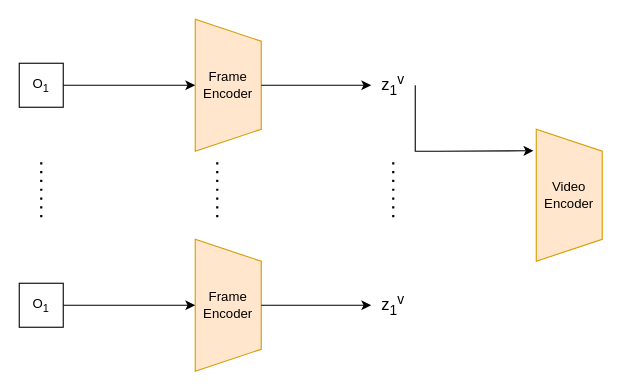
The draw.io diagram task-segment.drawio in Huch0/draw-io, before the edit. Source tidied: cells renumbered, new cells numbered last; positions are measured from the earlier drawing's top-left corner, leaving out a move shared by most shapes. Both pictures are drawn from the tidied source at 110%, with x=0, y=0 at pixel (19, 52).
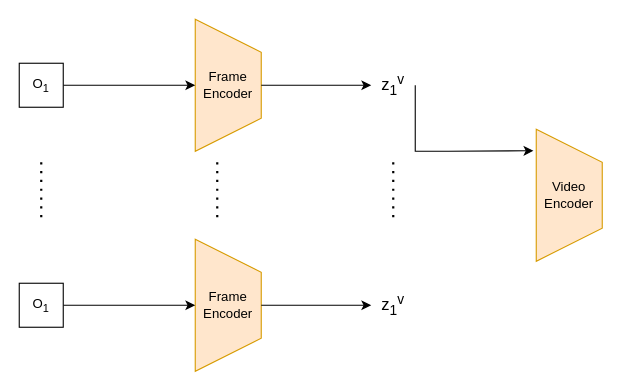
The same page after the edit.

The change refers to these unchanged cells:
```xml
<mxCell id="8" value="&lt;span&gt;z&lt;sub&gt;1&lt;/sub&gt;&lt;sup&gt;v&lt;/sup&gt;&lt;/span&gt;" style="text;html=1;align=center;verticalAlign=middle;whiteSpace=wrap;rounded=0;fontSize=15;" parent="1" vertex="1">
  <mxGeometry x="320" y="10" width="40" height="40" as="geometry" />
</mxCell>
```

Diff of the diagram source:
```diff
@@
-    <mxCell id="2" style="shape=trapezoid;perimeter=trapezoidPerimeter;whiteSpace=wrap;html=1;fixedSize=1;rotation=90;fillColor=#ffe6cc;strokeColor=#d79b00;" parent="1" vertex="1">
+    <mxCell id="2" style="shape=trapezoid;perimeter=trapezoidPerimeter;whiteSpace=wrap;html=1;fixedSize=1;rotation=90;fillColor=#ffe6cc;strokeColor=#d79b00;size=30;" parent="1" vertex="1">
       <mxGeometry x="130" width="120" height="60" as="geometry" />
     </mxCell>
@@
     <mxCell id="7" style="edgeStyle=orthogonalEdgeStyle;rounded=0;jettySize=auto;html=1;exitX=1;exitY=0.5;exitDx=0;exitDy=0;entryX=0.163;entryY=1.043;entryDx=0;entryDy=0;entryPerimeter=0;" parent="1" edge="1" source="8" target="18">
       <mxGeometry relative="1" as="geometry">
         <Array as="points">
           <mxPoint x="360" y="90" />
-          <mxPoint x="380" y="90" />
+          <mxPoint x="390" y="90" />
         </Array>
       </mxGeometry>
     </mxCell>
@@
-    <mxCell id="9" style="shape=trapezoid;perimeter=trapezoidPerimeter;whiteSpace=wrap;html=1;fixedSize=1;rotation=90;fillColor=#ffe6cc;strokeColor=#d79b00;" parent="1" vertex="1">
+    <mxCell id="9" style="shape=trapezoid;perimeter=trapezoidPerimeter;whiteSpace=wrap;html=1;fixedSize=1;rotation=90;fillColor=#ffe6cc;strokeColor=#d79b00;size=30;" parent="1" vertex="1">
       <mxGeometry x="130" y="200" width="120" height="60" as="geometry" />
     </mxCell>
@@
-    <mxCell id="18" style="shape=trapezoid;perimeter=trapezoidPerimeter;whiteSpace=wrap;html=1;fixedSize=1;rotation=90;fillColor=#ffe6cc;strokeColor=#d79b00;" parent="1" vertex="1">
+    <mxCell id="18" style="shape=trapezoid;perimeter=trapezoidPerimeter;whiteSpace=wrap;html=1;fixedSize=1;rotation=90;fillColor=#ffe6cc;strokeColor=#d79b00;size=30;" parent="1" vertex="1">
       <mxGeometry x="440" y="100" width="120" height="60" as="geometry" />
     </mxCell>
```
